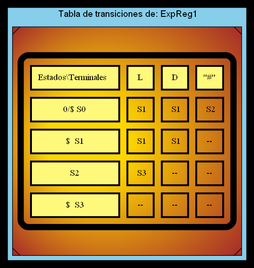
The Graphviz diagram TRANSICIONES_202000119/TransicionesExpReg1.png in SergieArizandieta/OLC1-P1-202000119, before a commit. Its source is kept beside it as TRANSICIONES_202000119/TransicionesExpReg1.dot. Source of this version:
```dot
digraph G { bgcolor="black"
   fontname="Helvetica,Arial,sans-serif"
  edge [fontname="Helvetica,Arial,sans-serif"]
  subgraph cluster1 {fillcolor="skyblue" style="filled"
  node [shape=Msquare fillcolor="gold:brown" style="radial" gradientangle=180]
  label = " Tabla de transiciones de: ExpReg1"
  a0 [label=<
  <TABLE border="10" cellspacing="10" cellpadding="10" style="rounded" gradientangle="315">
  <TR>
      <TD border="3" bgcolor="#FFF97B">Estados\Terminales  </TD>
      <TD border="3" bgcolor="#FFF97B">L</TD>
      <TD border="3" bgcolor="#FFF97B">D</TD>
      <TD border="3" bgcolor="#FFF97B">"#"</TD>
  </TR>
  <TR>
      <TD border="3" bgcolor="#FFF97B">0/$ S0</TD>
      <TD border="3" > S1</TD>
      <TD border="3" > S1</TD>
      <TD border="3" > S2</TD>
  </TR>
  <TR>
      <TD border="3" bgcolor="#FFF97B">$  S1</TD>
      <TD border="3" > S1</TD>
      <TD border="3" > S1</TD>
      <TD border="3" > -- </TD>
  </TR>
  <TR>
      <TD border="3" bgcolor="#FFF97B">S2</TD>
      <TD border="3" > S3</TD>
      <TD border="3" > -- </TD>
      <TD border="3" > -- </TD>
  </TR>
  <TR>
      <TD border="3" bgcolor="#FFF97B">$  S3</TD>
      <TD border="3" > -- </TD>
      <TD border="3" > -- </TD>
      <TD border="3" > -- </TD>
  </TR>

</TABLE>>];}}
```
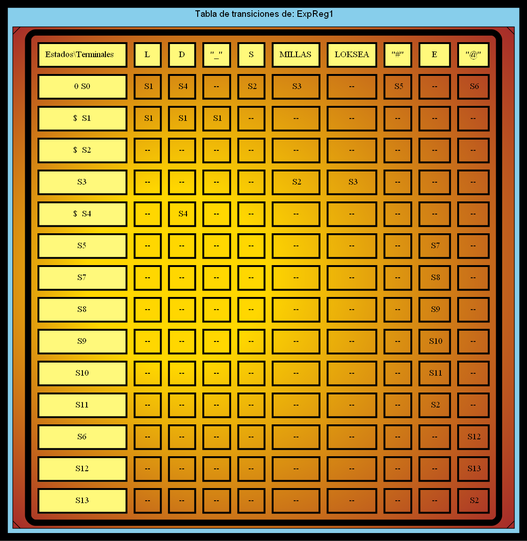
Above is the later version.

Change to the diagram source:
```diff
@@ -10,31 +10,181 @@
       <TD border="3" bgcolor="#FFF97B">Estados\Terminales  </TD>
       <TD border="3" bgcolor="#FFF97B">L</TD>
       <TD border="3" bgcolor="#FFF97B">D</TD>
+      <TD border="3" bgcolor="#FFF97B">"_"</TD>
+      <TD border="3" bgcolor="#FFF97B">S</TD>
+      <TD border="3" bgcolor="#FFF97B">MILLAS</TD>
+      <TD border="3" bgcolor="#FFF97B">LOKSEA</TD>
       <TD border="3" bgcolor="#FFF97B">"#"</TD>
+      <TD border="3" bgcolor="#FFF97B">E</TD>
+      <TD border="3" bgcolor="#FFF97B">"@"</TD>
   </TR>
   <TR>
-      <TD border="3" bgcolor="#FFF97B">0/$ S0</TD>
+      <TD border="3" bgcolor="#FFF97B">0 S0</TD>
       <TD border="3" > S1</TD>
-      <TD border="3" > S1</TD>
+      <TD border="3" > S4</TD>
+      <TD border="3" > -- </TD>
       <TD border="3" > S2</TD>
+      <TD border="3" > S3</TD>
+      <TD border="3" > -- </TD>
+      <TD border="3" > S5</TD>
+      <TD border="3" > -- </TD>
+      <TD border="3" > S6</TD>
   </TR>
   <TR>
       <TD border="3" bgcolor="#FFF97B">$  S1</TD>
       <TD border="3" > S1</TD>
       <TD border="3" > S1</TD>
+      <TD border="3" > S1</TD>
       <TD border="3" > -- </TD>
-  </TR>
-  <TR>
-      <TD border="3" bgcolor="#FFF97B">S2</TD>
-      <TD border="3" > S3</TD>
+      <TD border="3" > -- </TD>
+      <TD border="3" > -- </TD>
+      <TD border="3" > -- </TD>
       <TD border="3" > -- </TD>
       <TD border="3" > -- </TD>
   </TR>
   <TR>
-      <TD border="3" bgcolor="#FFF97B">$  S3</TD>
+      <TD border="3" bgcolor="#FFF97B">$  S2</TD>
+      <TD border="3" > -- </TD>
+      <TD border="3" > -- </TD>
+      <TD border="3" > -- </TD>
+      <TD border="3" > -- </TD>
+      <TD border="3" > -- </TD>
+      <TD border="3" > -- </TD>
       <TD border="3" > -- </TD>
       <TD border="3" > -- </TD>
       <TD border="3" > -- </TD>
   </TR>
+  <TR>
+      <TD border="3" bgcolor="#FFF97B">S3</TD>
+      <TD border="3" > -- </TD>
+      <TD border="3" > -- </TD>
+      <TD border="3" > -- </TD>
+      <TD border="3" > -- </TD>
+      <TD border="3" > S2</TD>
+      <TD border="3" > S3</TD>
+      <TD border="3" > -- </TD>
+      <TD border="3" > -- </TD>
+      <TD border="3" > -- </TD>
+  </TR>
+  <TR>
+      <TD border="3" bgcolor="#FFF97B">$  S4</TD>
+      <TD border="3" > -- </TD>
+      <TD border="3" > S4</TD>
+      <TD border="3" > -- </TD>
+      <TD border="3" > -- </TD>
+      <TD border="3" > -- </TD>
+      <TD border="3" > -- </TD>
+      <TD border="3" > -- </TD>
+      <TD border="3" > -- </TD>
+      <TD border="3" > -- </TD>
+  </TR>
+  <TR>
+      <TD border="3" bgcolor="#FFF97B">S5</TD>
+      <TD border="3" > -- </TD>
+      <TD border="3" > -- </TD>
+      <TD border="3" > -- </TD>
+      <TD border="3" > -- </TD>
+      <TD border="3" > -- </TD>
+      <TD border="3" > -- </TD>
+      <TD border="3" > -- </TD>
+      <TD border="3" > S7</TD>
+      <TD border="3" > -- </TD>
+  </TR>
+  <TR>
+      <TD border="3" bgcolor="#FFF97B">S7</TD>
+      <TD border="3" > -- </TD>
+      <TD border="3" > -- </TD>
+      <TD border="3" > -- </TD>
+      <TD border="3" > -- </TD>
+      <TD border="3" > -- </TD>
+      <TD border="3" > -- </TD>
+      <TD border="3" > -- </TD>
+      <TD border="3" > S8</TD>
+      <TD border="3" > -- </TD>
+  </TR>
+  <TR>
+      <TD border="3" bgcolor="#FFF97B">S8</TD>
+      <TD border="3" > -- </TD>
+      <TD border="3" > -- </TD>
+      <TD border="3" > -- </TD>
+      <TD border="3" > -- </TD>
+      <TD border="3" > -- </TD>
+      <TD border="3" > -- </TD>
+      <TD border="3" > -- </TD>
+      <TD border="3" > S9</TD>
+      <TD border="3" > -- </TD>
+  </TR>
+  <TR>
+      <TD border="3" bgcolor="#FFF97B">S9</TD>
+      <TD border="3" > -- </TD>
+      <TD border="3" > -- </TD>
+      <TD border="3" > -- </TD>
+      <TD border="3" > -- </TD>
+      <TD border="3" > -- </TD>
+      <TD border="3" > -- </TD>
+      <TD border="3" > -- </TD>
+      <TD border="3" > S10</TD>
+      <TD border="3" > -- </TD>
+  </TR>
+  <TR>
+      <TD border="3" bgcolor="#FFF97B">S10</TD>
+      <TD border="3" > -- </TD>
+      <TD border="3" > -- </TD>
+      <TD border="3" > -- </TD>
+      <TD border="3" > -- </TD>
+      <TD border="3" > -- </TD>
+      <TD border="3" > -- </TD>
+      <TD border="3" > -- </TD>
+      <TD border="3" > S11</TD>
+      <TD border="3" > -- </TD>
+  </TR>
+  <TR>
+      <TD border="3" bgcolor="#FFF97B">S11</TD>
+      <TD border="3" > -- </TD>
+      <TD border="3" > -- </TD>
+      <TD border="3" > -- </TD>
+      <TD border="3" > -- </TD>
+      <TD border="3" > -- </TD>
+      <TD border="3" > -- </TD>
+      <TD border="3" > -- </TD>
+      <TD border="3" > S2</TD>
+      <TD border="3" > -- </TD>
+  </TR>
+  <TR>
+      <TD border="3" bgcolor="#FFF97B">S6</TD>
+      <TD border="3" > -- </TD>
+      <TD border="3" > -- </TD>
+      <TD border="3" > -- </TD>
+      <TD border="3" > -- </TD>
+      <TD border="3" > -- </TD>
+      <TD border="3" > -- </TD>
+      <TD border="3" > -- </TD>
+      <TD border="3" > -- </TD>
+      <TD border="3" > S12</TD>
+  </TR>
+  <TR>
+      <TD border="3" bgcolor="#FFF97B">S12</TD>
+      <TD border="3" > -- </TD>
+      <TD border="3" > -- </TD>
+      <TD border="3" > -- </TD>
+      <TD border="3" > -- </TD>
+      <TD border="3" > -- </TD>
+      <TD border="3" > -- </TD>
+      <TD border="3" > -- </TD>
+      <TD border="3" > -- </TD>
+      <TD border="3" > S13</TD>
+  </TR>
+  <TR>
+      <TD border="3" bgcolor="#FFF97B">S13</TD>
+      <TD border="3" > -- </TD>
+      <TD border="3" > -- </TD>
+      <TD border="3" > -- </TD>
+      <TD border="3" > -- </TD>
+      <TD border="3" > -- </TD>
+      <TD border="3" > -- </TD>
+      <TD border="3" > -- </TD>
+      <TD border="3" > -- </TD>
+      <TD border="3" > S2</TD>
+  </TR>
 
 </TABLE>>];}}
```
